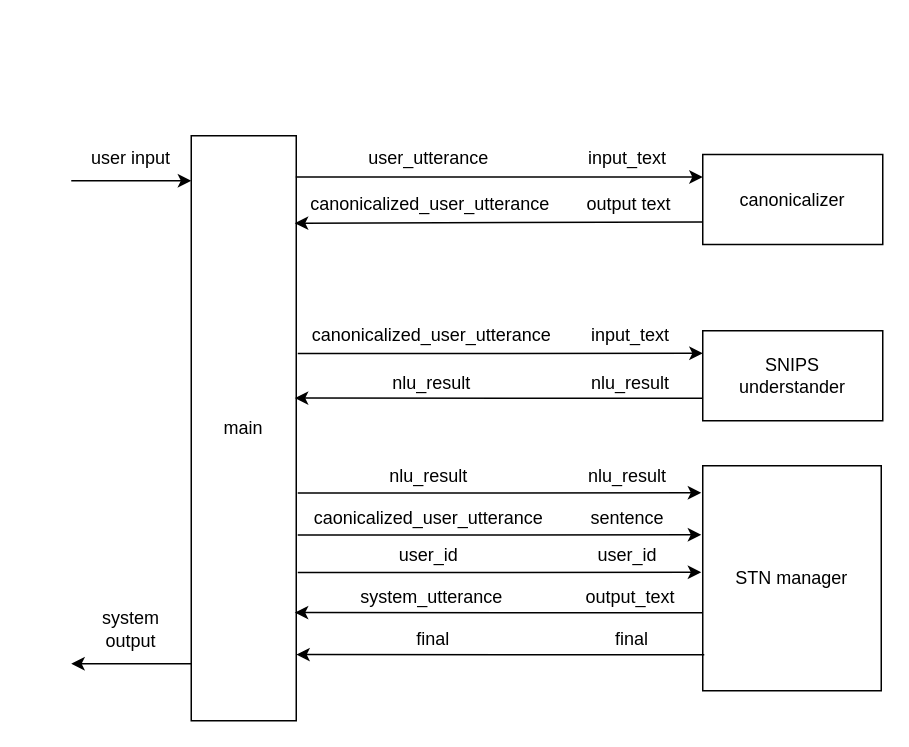
The draw.io diagram docs/images/sample-arch.drawio in c4a-ri/dialbb, before the edit. Source tidied: cells renumbered, new cells numbered last; positions are measured from the earlier drawing's top-left corner, leaving out a move shared by most shapes. Both pictures are drawn from the tidied source at 150%, with x=0, y=0 at pixel (70, 135).
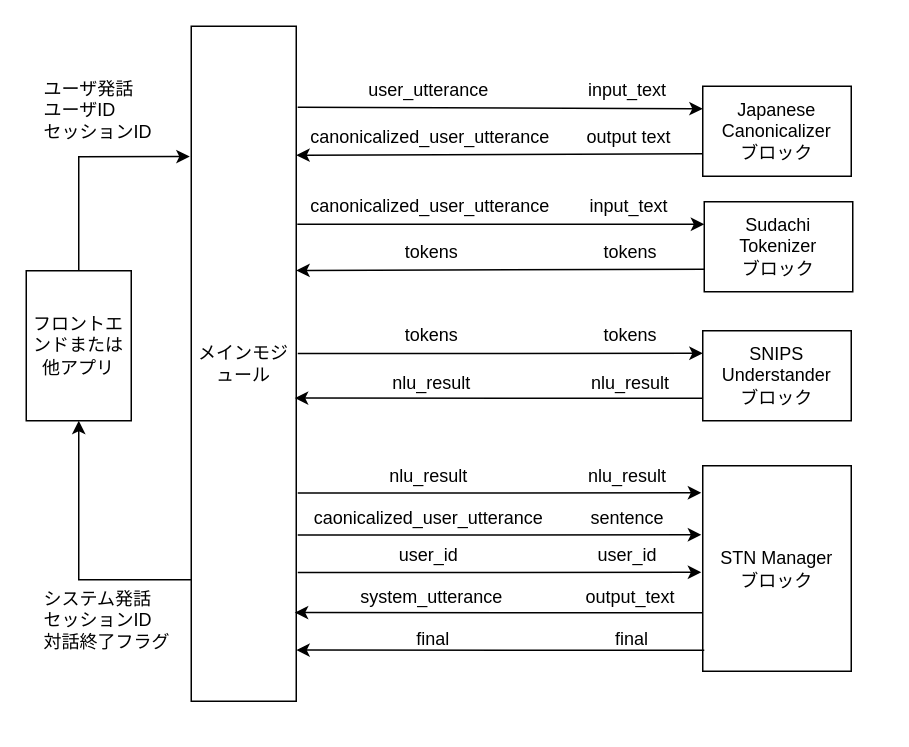
Above is the later version.

Change to the diagram source:
```diff
@@
-    <mxCell id="2" value="main" style="rounded=0;whiteSpace=wrap;html=1;" parent="1" vertex="1">
-      <mxGeometry x="80" width="70" height="390" as="geometry" />
+    <mxCell id="2" value="メインモジュール" style="rounded=0;whiteSpace=wrap;html=1;" parent="1" vertex="1">
+      <mxGeometry x="80" y="-73" width="70" height="450" as="geometry" />
     </mxCell>
-    <mxCell id="3" value="canonicalizer" style="rounded=0;whiteSpace=wrap;html=1;" parent="1" vertex="1">
-      <mxGeometry x="421" y="12.5" width="120" height="60" as="geometry" />
+    <mxCell id="3" value="Japanese&lt;br&gt;Canonicalizer&lt;br&gt;ブロック" style="rounded=0;whiteSpace=wrap;html=1;" parent="1" vertex="1">
+      <mxGeometry x="421" y="-33" width="99" height="60" as="geometry" />
     </mxCell>
-    <mxCell id="4" value="SNIPS &lt;br&gt;understander" style="rounded=0;whiteSpace=wrap;html=1;" parent="1" vertex="1">
-      <mxGeometry x="421" y="130" width="120" height="60" as="geometry" />
+    <mxCell id="4" value="SNIPS &lt;br&gt;Understander&lt;br&gt;ブロック" style="rounded=0;whiteSpace=wrap;html=1;" parent="1" vertex="1">
+      <mxGeometry x="421" y="130" width="99" height="60" as="geometry" />
     </mxCell>
-    <mxCell id="5" value="STN manager" style="rounded=0;whiteSpace=wrap;html=1;" parent="1" vertex="1">
-      <mxGeometry x="421" y="220" width="119" height="150" as="geometry" />
+    <mxCell id="5" value="STN Manager&lt;br&gt;ブロック" style="rounded=0;whiteSpace=wrap;html=1;" parent="1" vertex="1">
+      <mxGeometry x="421" y="220" width="99" height="137" as="geometry" />
     </mxCell>
-    <mxCell id="6" style="endArrow=classic;html=1;rounded=0;exitX=0.996;exitY=0.141;exitDx=0;exitDy=0;exitPerimeter=0;entryX=0;entryY=0.25;entryDx=0;entryDy=0;" parent="1" edge="1" target="3">
-      <mxGeometry relative="1" as="geometry">
-        <mxPoint x="149.7" y="27.5" as="sourcePoint" />
-      </mxGeometry>
+    <mxCell id="6" style="endArrow=classic;html=1;rounded=0;exitX=1.014;exitY=0.12;exitDx=0;exitDy=0;exitPerimeter=0;entryX=0;entryY=0.25;entryDx=0;entryDy=0;" parent="1" edge="1" source="2" target="3">
+      <mxGeometry relative="1" as="geometry" />
     </mxCell>
-    <mxCell id="7" style="endArrow=classic;html=1;rounded=0;exitX=0;exitY=0.75;exitDx=0;exitDy=0;entryX=0.986;entryY=0.22;entryDx=0;entryDy=0;entryPerimeter=0;" parent="1" edge="1" source="3">
-      <mxGeometry relative="1" as="geometry">
-        <mxPoint x="149" y="58.3" as="targetPoint" />
-      </mxGeometry>
+    <mxCell id="7" style="endArrow=classic;html=1;rounded=0;exitX=0;exitY=0.75;exitDx=0;exitDy=0;entryX=1;entryY=0.191;entryDx=0;entryDy=0;entryPerimeter=0;" parent="1" edge="1" source="3" target="2">
+      <mxGeometry relative="1" as="geometry" />
     </mxCell>
@@
-    <mxCell id="11" style="endArrow=classic;html=1;rounded=0;entryX=0;entryY=0.25;entryDx=0;entryDy=0;" parent="1" edge="1">
+    <mxCell id="11" style="endArrow=classic;html=1;rounded=0;entryX=-0.014;entryY=0.193;entryDx=0;entryDy=0;exitX=0.5;exitY=0;exitDx=0;exitDy=0;entryPerimeter=0;" parent="1" edge="1" source="44" target="2">
       <mxGeometry relative="1" as="geometry">
-        <mxPoint y="30" as="sourcePoint" />
-        <mxPoint x="80" y="30" as="targetPoint" />
+        <Array as="points">
+          <mxPoint x="5" y="14" />
+        </Array>
       </mxGeometry>
     </mxCell>
-    <mxCell id="12" style="endArrow=classic;html=1;rounded=0;exitX=0;exitY=0.75;exitDx=0;exitDy=0;" parent="1" edge="1">
+    <mxCell id="12" style="endArrow=classic;html=1;rounded=0;exitX=0;exitY=0.75;exitDx=0;exitDy=0;entryX=0.5;entryY=1;entryDx=0;entryDy=0;" parent="1" edge="1" target="44">
       <mxGeometry relative="1" as="geometry">
-        <mxPoint x="80" y="352" as="sourcePoint" />
-        <mxPoint y="352" as="targetPoint" />
+        <mxPoint x="80" y="296" as="sourcePoint" />
+        <Array as="points">
+          <mxPoint x="5" y="296" />
+        </Array>
       </mxGeometry>
     </mxCell>
-    <mxCell id="13" value="user input" style="text;html=1;strokeColor=none;fillColor=none;align=center;verticalAlign=middle;whiteSpace=wrap;rounded=0;" parent="1" vertex="1">
-      <mxGeometry x="10" width="60" height="30" as="geometry" />
-    </mxCell>
-    <mxCell id="14" value="system output" style="text;html=1;strokeColor=none;fillColor=none;align=center;verticalAlign=middle;whiteSpace=wrap;rounded=0;" parent="1" vertex="1">
-      <mxGeometry x="10" y="314" width="60" height="30" as="geometry" />
+    <mxCell id="14" value="システム発話&lt;br&gt;セッションID&lt;br&gt;対話終了フラグ" style="text;html=1;strokeColor=none;fillColor=none;align=left;verticalAlign=middle;whiteSpace=wrap;rounded=0;" parent="1" vertex="1">
+      <mxGeometry x="-20" y="310" width="100" height="25" as="geometry" />
     </mxCell>
     <mxCell id="15" value="input_text" style="text;html=1;strokeColor=none;fillColor=none;align=center;verticalAlign=middle;whiteSpace=wrap;rounded=0;" parent="1" vertex="1">
-      <mxGeometry x="341" width="60" height="30" as="geometry" />
+      <mxGeometry x="341" y="-45.5" width="60" height="30" as="geometry" />
     </mxCell>
     <mxCell id="16" value="user_utterance" style="text;html=1;strokeColor=none;fillColor=none;align=center;verticalAlign=middle;whiteSpace=wrap;rounded=0;" parent="1" vertex="1">
-      <mxGeometry x="196" y="3.5" width="85" height="23" as="geometry" />
+      <mxGeometry x="196" y="-42" width="85" height="23" as="geometry" />
     </mxCell>
     <mxCell id="17" value="canonicalized_user_utterance" style="text;html=1;strokeColor=none;fillColor=none;align=center;verticalAlign=middle;whiteSpace=wrap;rounded=0;" parent="1" vertex="1">
-      <mxGeometry x="197" y="34.5" width="85" height="23" as="geometry" />
+      <mxGeometry x="197" y="-11" width="85" height="23" as="geometry" />
     </mxCell>
     <mxCell id="18" value="output text" style="text;html=1;strokeColor=none;fillColor=none;align=center;verticalAlign=middle;whiteSpace=wrap;rounded=0;" parent="1" vertex="1">
-      <mxGeometry x="342" y="31" width="60" height="30" as="geometry" />
+      <mxGeometry x="342" y="-14.5" width="60" height="30" as="geometry" />
     </mxCell>
-    <mxCell id="19" value="canonicalized_user_utterance" style="text;html=1;strokeColor=none;fillColor=none;align=center;verticalAlign=middle;whiteSpace=wrap;rounded=0;" parent="1" vertex="1">
+    <mxCell id="19" value="tokens" style="text;html=1;strokeColor=none;fillColor=none;align=center;verticalAlign=middle;whiteSpace=wrap;rounded=0;" parent="1" vertex="1">
       <mxGeometry x="198" y="121" width="85" height="23" as="geometry" />
     </mxCell>
-    <mxCell id="20" value="input_text" style="text;html=1;strokeColor=none;fillColor=none;align=center;verticalAlign=middle;whiteSpace=wrap;rounded=0;" parent="1" vertex="1">
+    <mxCell id="20" value="tokens" style="text;html=1;strokeColor=none;fillColor=none;align=center;verticalAlign=middle;whiteSpace=wrap;rounded=0;" parent="1" vertex="1">
       <mxGeometry x="343" y="117.5" width="60" height="30" as="geometry" />
     </mxCell>
@@
     <mxCell id="36" style="endArrow=classic;html=1;rounded=0;exitX=0;exitY=0.75;exitDx=0;exitDy=0;entryX=1;entryY=0.274;entryDx=0;entryDy=0;entryPerimeter=0;" parent="1" edge="1">
       <mxGeometry relative="1" as="geometry">
-        <mxPoint x="422" y="346" as="sourcePoint" />
-        <mxPoint x="150" y="345.9" as="targetPoint" />
+        <mxPoint x="422" y="343" as="sourcePoint" />
+        <mxPoint x="150" y="342.9" as="targetPoint" />
       </mxGeometry>
     </mxCell>
+    <mxCell id="37" value="Sudachi&lt;br&gt;Tokenizer&lt;br&gt;ブロック" style="rounded=0;whiteSpace=wrap;html=1;" parent="1" vertex="1">
+      <mxGeometry x="422" y="44" width="99" height="60" as="geometry" />
+    </mxCell>
+    <mxCell id="38" style="endArrow=classic;html=1;rounded=0;exitX=0.996;exitY=0.141;exitDx=0;exitDy=0;exitPerimeter=0;entryX=0;entryY=0.25;entryDx=0;entryDy=0;" parent="1" edge="1" target="37">
+      <mxGeometry relative="1" as="geometry">
+        <mxPoint x="150.7" y="59" as="sourcePoint" />
+      </mxGeometry>
+    </mxCell>
+    <mxCell id="39" style="endArrow=classic;html=1;rounded=0;exitX=0;exitY=0.75;exitDx=0;exitDy=0;entryX=0.986;entryY=0.22;entryDx=0;entryDy=0;entryPerimeter=0;" parent="1" edge="1" source="37">
+      <mxGeometry relative="1" as="geometry">
+        <mxPoint x="150" y="89.8" as="targetPoint" />
+      </mxGeometry>
+    </mxCell>
+    <mxCell id="40" value="input_text" style="text;html=1;strokeColor=none;fillColor=none;align=center;verticalAlign=middle;whiteSpace=wrap;rounded=0;" parent="1" vertex="1">
+      <mxGeometry x="342" y="31.5" width="60" height="30" as="geometry" />
+    </mxCell>
+    <mxCell id="41" value="canonicalized_user_utterance" style="text;html=1;strokeColor=none;fillColor=none;align=center;verticalAlign=middle;whiteSpace=wrap;rounded=0;" parent="1" vertex="1">
+      <mxGeometry x="197" y="35" width="85" height="23" as="geometry" />
+    </mxCell>
+    <mxCell id="42" value="tokens" style="text;html=1;strokeColor=none;fillColor=none;align=center;verticalAlign=middle;whiteSpace=wrap;rounded=0;" parent="1" vertex="1">
+      <mxGeometry x="198" y="66" width="85" height="23" as="geometry" />
+    </mxCell>
+    <mxCell id="43" value="tokens" style="text;html=1;strokeColor=none;fillColor=none;align=center;verticalAlign=middle;whiteSpace=wrap;rounded=0;" parent="1" vertex="1">
+      <mxGeometry x="343" y="62.5" width="60" height="30" as="geometry" />
+    </mxCell>
+    <mxCell id="44" value="フロントエンドまたは他アプリ" style="rounded=0;whiteSpace=wrap;html=1;" parent="1" vertex="1">
+      <mxGeometry x="-30" y="90" width="70" height="100" as="geometry" />
+    </mxCell>
+    <mxCell id="45" value="ユーザ発話&lt;br&gt;ユーザID&lt;br&gt;セッションID" style="text;html=1;strokeColor=none;fillColor=none;align=left;verticalAlign=middle;whiteSpace=wrap;rounded=0;" parent="1" vertex="1">
+      <mxGeometry x="-20" y="-30" width="100" height="25" as="geometry" />
+    </mxCell>
```
